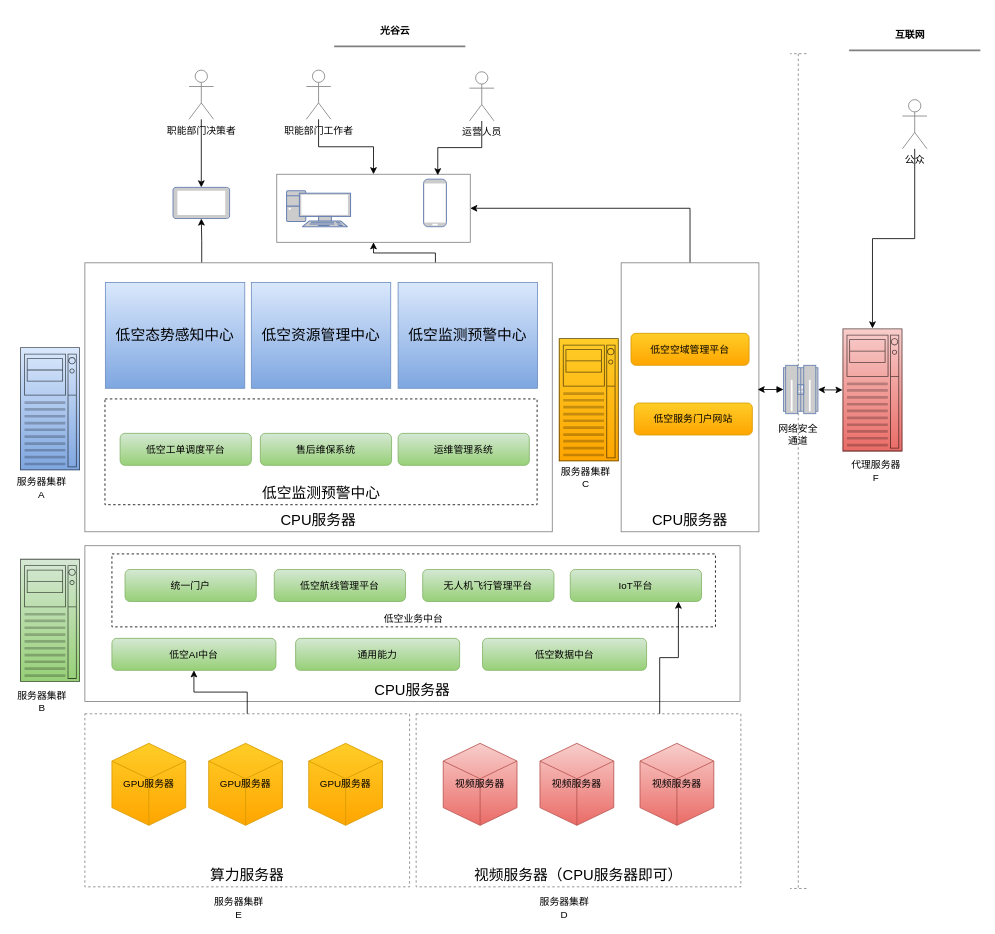
This is page "部署架构图" (5 of 12) of donggao-20230703.drawio from yangchenyu/micro-service, a draw.io file, before an edit. Source tidied: cells renumbered, new cells numbered last; positions are measured from the earlier drawing's top-left corner, leaving out a move shared by most shapes. Both pictures are drawn from the tidied source at 82%, with x=0, y=0 at pixel (14, 14).
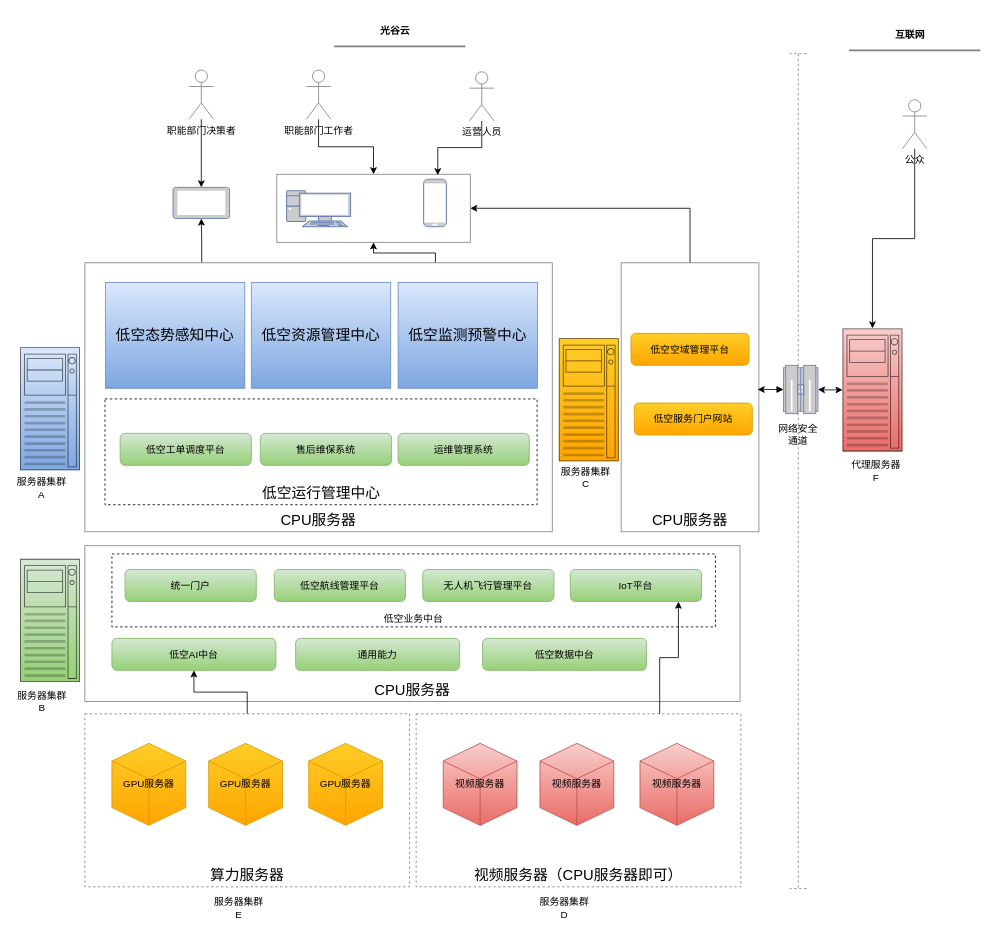
Above is the later version.

The edit, as a diff of the source:
```diff
@@
-    <mxCell id="37" value="低空监测预警中心" style="rounded=0;whiteSpace=wrap;html=1;fontFamily=Helvetica;fontSize=18;dashed=1;verticalAlign=bottom;" parent="1" vertex="1">
+    <mxCell id="37" value="低空运行管理中心" style="rounded=0;whiteSpace=wrap;html=1;fontFamily=Helvetica;fontSize=18;dashed=1;verticalAlign=bottom;" parent="1" vertex="1">
       <mxGeometry x="110.5" y="469" width="527" height="129" as="geometry" />
     </mxCell>
```
